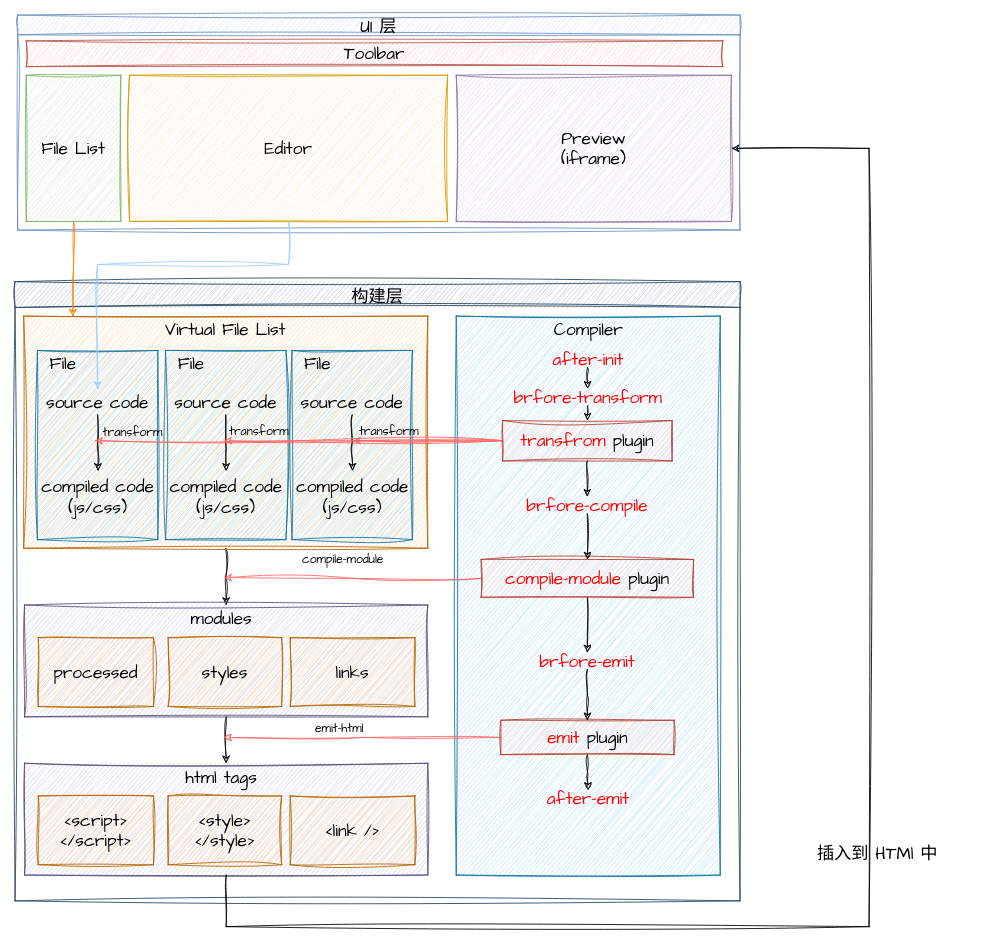
Earlier version of the draw.io diagram structure.drawio (zh-lx/draw.io). Source tidied: cells renumbered, new cells numbered last; positions are measured from the earlier drawing's top-left corner, leaving out a move shared by most shapes. Both pictures are drawn from the tidied source at 86%, with x=0, y=0 at pixel (15, 15).
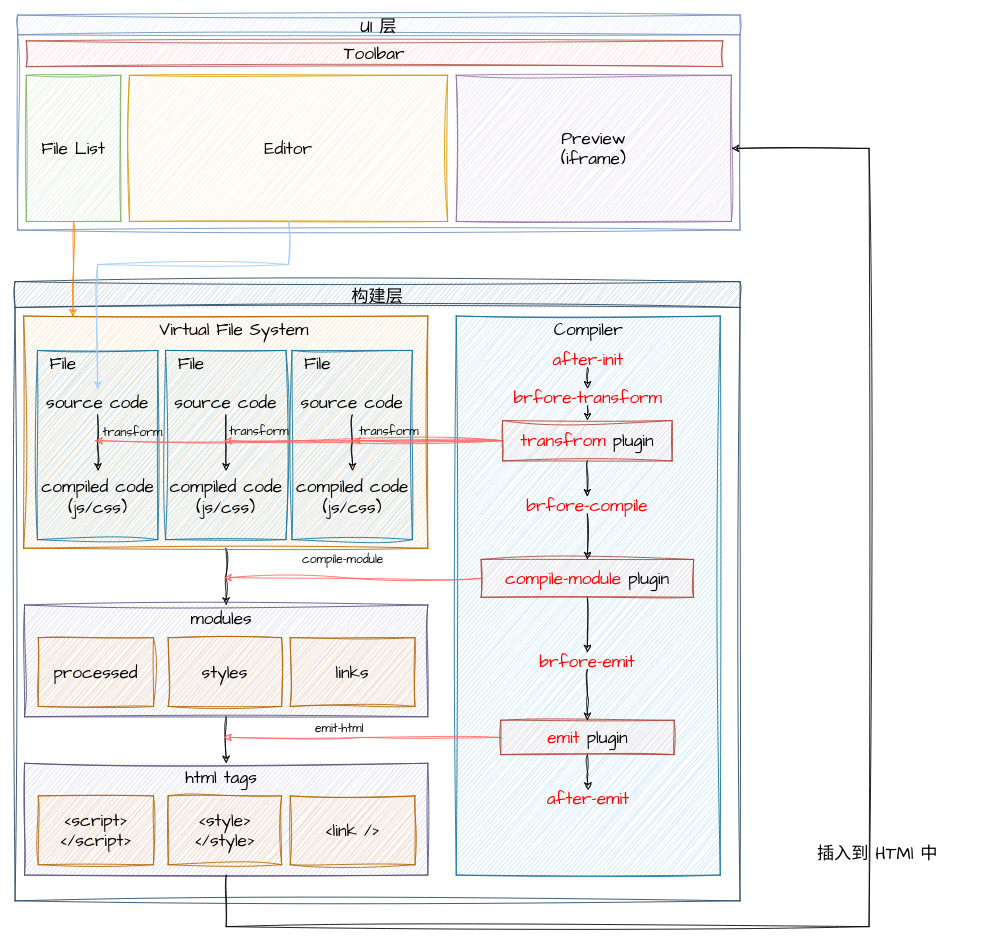
Above is the later version.

Unchanged cells that the change refers to:
```xml
<mxCell id="7" value="构建层" style="swimlane;sketch=1;hachureGap=4;jiggle=2;curveFitting=1;fontFamily=Comic Sans MS;fontSize=20;fontStyle=0;fillColor=#bac8d3;strokeColor=#23445d;startSize=30;" parent="1" vertex="1">
  <mxGeometry y="310" width="843" height="720" as="geometry" />
</mxCell>
```

Diff of the diagram source:
```diff
@@
-    <mxCell id="11" value="&lt;font face=&quot;Comic Sans MS&quot;&gt;Virtual File List&lt;/font&gt;" style="text;html=1;strokeColor=none;fillColor=none;align=center;verticalAlign=middle;whiteSpace=wrap;rounded=0;fontSize=20;fontFamily=Architects Daughter;" parent="7" vertex="1">
-      <mxGeometry x="160" y="40" width="170" height="30" as="geometry" />
+    <mxCell id="11" value="&lt;font face=&quot;Comic Sans MS&quot;&gt;Virtual File System&lt;/font&gt;" style="text;html=1;strokeColor=none;fillColor=none;align=center;verticalAlign=middle;whiteSpace=wrap;rounded=0;fontSize=20;fontFamily=Architects Daughter;" parent="7" vertex="1">
+      <mxGeometry x="160" y="40" width="190" height="30" as="geometry" />
     </mxCell>
```
